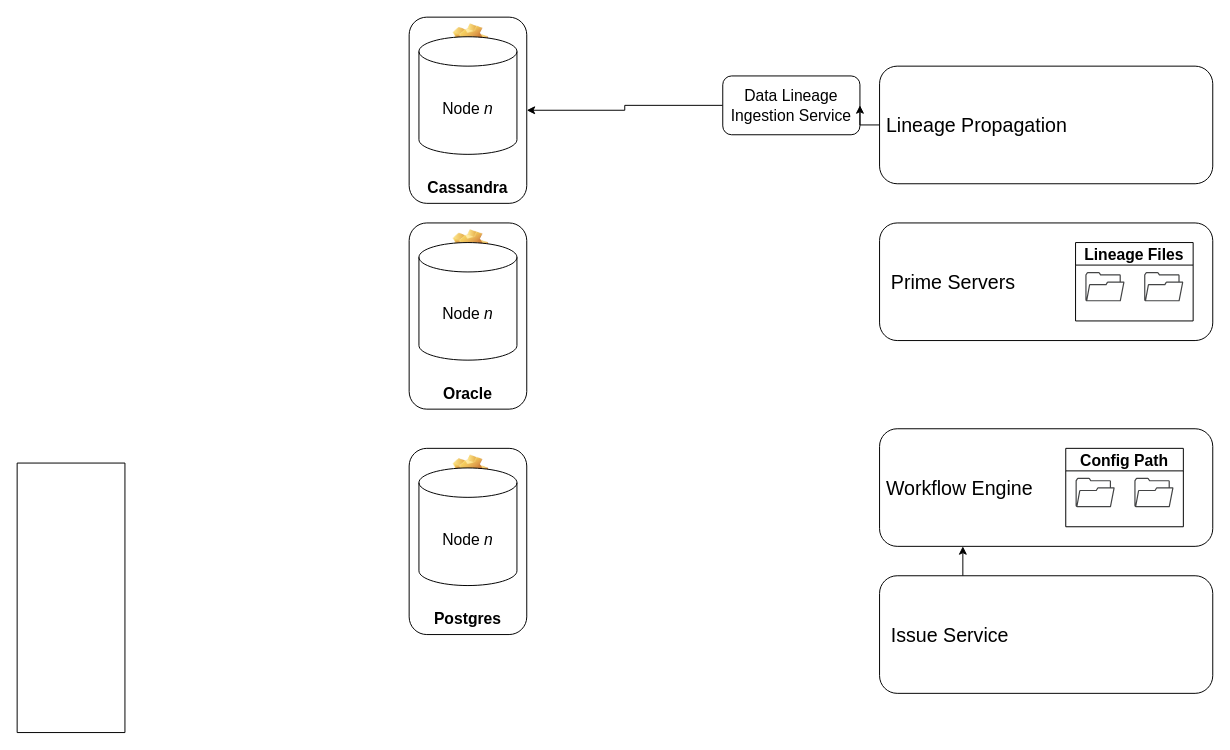
neodarkstar/acx-admin keeps this draw.io diagram as Untitled Diagram.drawio. Above is the earlier version. Source tidied: cells renumbered, new cells numbered last; positions are measured from the earlier drawing's top-left corner, leaving out a move shared by most shapes. Both pictures are drawn from the tidied source at 98%, with x=0, y=0 at pixel (17, 17).
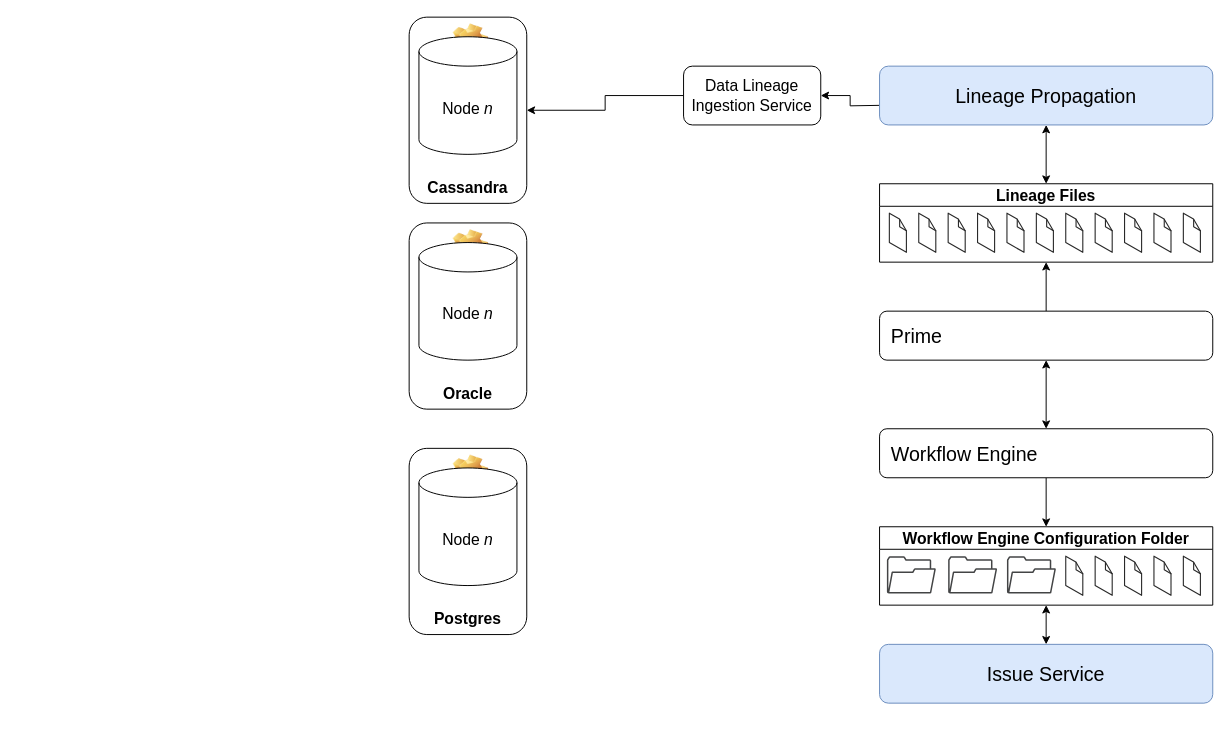
Above is the later version.

The edit, as a diff of the source:
```diff
@@
+    <mxCell id="33" style="edgeStyle=orthogonalEdgeStyle;rounded=0;jettySize=auto;html=1;exitX=0.5;exitY=0;exitDx=0;exitDy=0;entryX=0.5;entryY=1;entryDx=0;entryDy=0;fontSize=20;endArrow=classic;endFill=1;" parent="1" edge="1" source="3" target="24">
+      <mxGeometry relative="1" as="geometry" />
+    </mxCell>
-    <mxCell id="3" style="rounded=1;whiteSpace=wrap;html=1;fontSize=16;" parent="1" vertex="1">
-      <mxGeometry x="880" y="210" width="340" height="120" as="geometry" />
+    <mxCell id="3" value="&lt;font style=&quot;font-size: 20px;&quot;&gt;Prime&lt;/font&gt;" style="rounded=1;whiteSpace=wrap;html=1;fontSize=16;align=left;spacingLeft=10;" parent="1" vertex="1">
+      <mxGeometry x="880" y="300" width="340" height="50" as="geometry" />
     </mxCell>
+    <mxCell id="34" style="edgeStyle=orthogonalEdgeStyle;rounded=0;jettySize=auto;html=1;exitX=0.5;exitY=1;exitDx=0;exitDy=0;entryX=0.5;entryY=0;entryDx=0;entryDy=0;fontSize=20;endArrow=classic;endFill=1;" parent="1" edge="1" source="4" target="49">
+      <mxGeometry relative="1" as="geometry" />
+    </mxCell>
-    <mxCell id="4" style="rounded=1;whiteSpace=wrap;html=1;fontSize=16;" parent="1" vertex="1">
-      <mxGeometry x="880" y="420" width="340" height="120" as="geometry" />
+    <mxCell id="4" value="&lt;font style=&quot;font-size: 20px;&quot;&gt;Workflow Engine&lt;/font&gt;" style="rounded=1;whiteSpace=wrap;html=1;fontSize=16;align=left;spacingLeft=10;" parent="1" vertex="1">
+      <mxGeometry x="880" y="420" width="340" height="50" as="geometry" />
     </mxCell>
-    <mxCell id="5" style="group;" parent="1" vertex="1">
-      <mxGeometry x="1070" y="430" width="130" height="120" as="geometry" />
-    </mxCell>
-    <mxCell id="6" style="group;" parent="5" vertex="1">
-      <mxGeometry y="10" width="120" height="80" as="geometry" />
-    </mxCell>
-    <mxCell id="7" value="Config Path" style="swimlane;fontSize=16;direction=east;" parent="6" vertex="1">
-      <mxGeometry width="120" height="80" as="geometry" />
-    </mxCell>
-    <mxCell id="8" style="sketch=0;shadow=0;dashed=0;html=1;strokeColor=none;fillColor=#434445;labelPosition=center;verticalLabelPosition=bottom;verticalAlign=top;align=center;shape=mxgraph.vvd.folder;fontSize=16;direction=east;" parent="7" vertex="1">
-      <mxGeometry x="70" y="30" width="40" height="30" as="geometry" />
-    </mxCell>
-    <mxCell id="9" style="sketch=0;shadow=0;dashed=0;html=1;strokeColor=none;fillColor=#434445;labelPosition=center;verticalLabelPosition=bottom;verticalAlign=top;align=center;shape=mxgraph.vvd.folder;fontSize=16;direction=east;" parent="6" vertex="1">
-      <mxGeometry x="10" y="30" width="40" height="30" as="geometry" />
-    </mxCell>
@@
     <mxCell id="11" value="Data Lineage&lt;br&gt;Ingestion Service" style="rounded=1;whiteSpace=wrap;html=1;fontSize=16;" parent="1" vertex="1">
-      <mxGeometry x="720" y="60" width="140" height="60" as="geometry" />
+      <mxGeometry x="680" y="50" width="140" height="60" as="geometry" />
     </mxCell>
-    <mxCell id="12" style="edgeStyle=orthogonalEdgeStyle;rounded=0;jettySize=auto;html=1;entryX=1;entryY=0.5;entryDx=0;entryDy=0;fontSize=16;" parent="1" edge="1" source="13" target="11">
-      <mxGeometry relative="1" as="geometry" />
+    <mxCell id="12" style="edgeStyle=orthogonalEdgeStyle;rounded=0;jettySize=auto;html=1;entryX=1;entryY=0.5;entryDx=0;entryDy=0;fontSize=16;" parent="1" edge="1" target="11">
+      <mxGeometry relative="1" as="geometry">
+        <mxPoint x="880" y="90" as="sourcePoint" />
+      </mxGeometry>
     </mxCell>
-    <mxCell id="13" value="&lt;blockquote style=&quot;margin: 0px 0px 0px 40px; border: none; padding: 0px; font-size: 20px;&quot;&gt;&lt;/blockquote&gt;" style="rounded=1;whiteSpace=wrap;html=1;fontSize=16;align=left;" parent="1" vertex="1">
-      <mxGeometry x="880" y="50" width="340" height="120" as="geometry" />
-    </mxCell>
@@
-    <mxCell id="21" value="&lt;font style=&quot;font-size: 20px;&quot;&gt;Workflow Engine&lt;/font&gt;" style="text;html=1;strokeColor=none;fillColor=none;align=left;verticalAlign=middle;whiteSpace=wrap;rounded=0;fontSize=16;" parent="1" vertex="1">
-      <mxGeometry x="885" y="465" width="190" height="30" as="geometry" />
-    </mxCell>
-    <mxCell id="22" style="group;" parent="1" vertex="1">
-      <mxGeometry x="1080" y="220" width="130" height="120" as="geometry" />
-    </mxCell>
-    <mxCell id="23" style="group;" parent="22" vertex="1">
-      <mxGeometry y="10" width="120" height="80" as="geometry" />
-    </mxCell>
+    <mxCell id="28" value="&lt;span style=&quot;font-size: 20px;&quot;&gt;Lineage Propagation&lt;/span&gt;" style="rounded=1;whiteSpace=wrap;html=1;fontSize=16;align=center;spacingLeft=0;fillColor=#dae8fc;strokeColor=#6c8ebf;" parent="1" vertex="1">
+      <mxGeometry x="880" y="50" width="340" height="60" as="geometry" />
+    </mxCell>
+    <mxCell id="35" style="group;" parent="1" vertex="1">
+      <mxGeometry x="880" y="170" width="340" height="80" as="geometry" />
+    </mxCell>
-    <mxCell id="24" value="Lineage Files" style="swimlane;fontSize=16;direction=east;" parent="23" vertex="1">
-      <mxGeometry width="120" height="80" as="geometry" />
+    <mxCell id="24" value="Lineage Files" style="swimlane;fontSize=16;direction=east;" parent="35" vertex="1">
+      <mxGeometry width="340" height="80" as="geometry" />
     </mxCell>
-    <mxCell id="25" style="sketch=0;shadow=0;dashed=0;html=1;strokeColor=none;fillColor=#434445;labelPosition=center;verticalLabelPosition=bottom;verticalAlign=top;align=center;shape=mxgraph.vvd.folder;fontSize=16;direction=east;" parent="24" vertex="1">
-      <mxGeometry x="70" y="30" width="40" height="30" as="geometry" />
-    </mxCell>
-    <mxCell id="26" style="sketch=0;shadow=0;dashed=0;html=1;strokeColor=none;fillColor=#434445;labelPosition=center;verticalLabelPosition=bottom;verticalAlign=top;align=center;shape=mxgraph.vvd.folder;fontSize=16;direction=east;" parent="23" vertex="1">
-      <mxGeometry x="10" y="30" width="40" height="30" as="geometry" />
-    </mxCell>
-    <mxCell id="27" value="&lt;font style=&quot;font-size: 20px;&quot;&gt;Prime Servers&lt;/font&gt;" style="text;html=1;strokeColor=none;fillColor=none;align=left;verticalAlign=middle;whiteSpace=wrap;rounded=0;fontSize=16;" parent="1" vertex="1">
-      <mxGeometry x="890" y="255" width="190" height="30" as="geometry" />
-    </mxCell>
-    <mxCell id="28" value="&lt;span style=&quot;font-size: 20px;&quot;&gt;Lineage Propagation&lt;/span&gt;" style="text;html=1;strokeColor=none;fillColor=none;align=left;verticalAlign=middle;whiteSpace=wrap;rounded=0;fontSize=16;" parent="1" vertex="1">
-      <mxGeometry x="885" y="95" width="190" height="30" as="geometry" />
-    </mxCell>
-    <mxCell id="29" style="edgeStyle=orthogonalEdgeStyle;rounded=0;jettySize=auto;html=1;exitX=0.25;exitY=0;exitDx=0;exitDy=0;entryX=0.25;entryY=1;entryDx=0;entryDy=0;fontSize=20;endArrow=classic;endFill=1;" parent="1" edge="1" source="30" target="4">
-      <mxGeometry relative="1" as="geometry" />
-    </mxCell>
-    <mxCell id="30" value="&lt;blockquote style=&quot;margin: 0px 0px 0px 40px; border: none; padding: 0px; font-size: 20px;&quot;&gt;&lt;/blockquote&gt;" style="rounded=1;whiteSpace=wrap;html=1;fontSize=16;align=left;" parent="1" vertex="1">
-      <mxGeometry x="880" y="570" width="340" height="120" as="geometry" />
-    </mxCell>
+    <mxCell id="36" style="verticalLabelPosition=bottom;html=1;verticalAlign=top;strokeWidth=1;align=center;dashed=0;shape=mxgraph.aws3d.file;strokeColor=#292929;fontSize=20;" parent="24" vertex="1">
+      <mxGeometry x="130" y="30" width="17.4" height="40" as="geometry" />
+    </mxCell>
+    <mxCell id="37" style="verticalLabelPosition=bottom;html=1;verticalAlign=top;strokeWidth=1;align=center;dashed=0;shape=mxgraph.aws3d.file;strokeColor=#292929;fontSize=20;" parent="24" vertex="1">
+      <mxGeometry x="280" y="30" width="17.4" height="40" as="geometry" />
+    </mxCell>
+    <mxCell id="38" style="verticalLabelPosition=bottom;html=1;verticalAlign=top;strokeWidth=1;align=center;dashed=0;shape=mxgraph.aws3d.file;strokeColor=#292929;fontSize=20;" parent="24" vertex="1">
+      <mxGeometry x="160" y="30" width="17.4" height="40" as="geometry" />
+    </mxCell>
+    <mxCell id="39" style="verticalLabelPosition=bottom;html=1;verticalAlign=top;strokeWidth=1;align=center;dashed=0;shape=mxgraph.aws3d.file;strokeColor=#292929;fontSize=20;" parent="24" vertex="1">
+      <mxGeometry x="190" y="30" width="17.4" height="40" as="geometry" />
+    </mxCell>
+    <mxCell id="40" style="verticalLabelPosition=bottom;html=1;verticalAlign=top;strokeWidth=1;align=center;dashed=0;shape=mxgraph.aws3d.file;strokeColor=#292929;fontSize=20;" parent="24" vertex="1">
+      <mxGeometry x="220" y="30" width="17.4" height="40" as="geometry" />
+    </mxCell>
+    <mxCell id="41" style="verticalLabelPosition=bottom;html=1;verticalAlign=top;strokeWidth=1;align=center;dashed=0;shape=mxgraph.aws3d.file;strokeColor=#292929;fontSize=20;" parent="24" vertex="1">
+      <mxGeometry x="250" y="30" width="17.4" height="40" as="geometry" />
+    </mxCell>
+    <mxCell id="42" style="verticalLabelPosition=bottom;html=1;verticalAlign=top;strokeWidth=1;align=center;dashed=0;shape=mxgraph.aws3d.file;strokeColor=#292929;fontSize=20;" parent="24" vertex="1">
+      <mxGeometry x="310" y="30" width="17.4" height="40" as="geometry" />
+    </mxCell>
+    <mxCell id="43" style="verticalLabelPosition=bottom;html=1;verticalAlign=top;strokeWidth=1;align=center;dashed=0;shape=mxgraph.aws3d.file;strokeColor=#292929;fontSize=20;" parent="35" vertex="1">
+      <mxGeometry x="10" y="30" width="17.4" height="40" as="geometry" />
+    </mxCell>
+    <mxCell id="44" style="verticalLabelPosition=bottom;html=1;verticalAlign=top;strokeWidth=1;align=center;dashed=0;shape=mxgraph.aws3d.file;strokeColor=#292929;fontSize=20;" parent="35" vertex="1">
+      <mxGeometry x="40" y="30" width="17.4" height="40" as="geometry" />
+    </mxCell>
+    <mxCell id="45" style="verticalLabelPosition=bottom;html=1;verticalAlign=top;strokeWidth=1;align=center;dashed=0;shape=mxgraph.aws3d.file;strokeColor=#292929;fontSize=20;" parent="35" vertex="1">
+      <mxGeometry x="70" y="30" width="17.4" height="40" as="geometry" />
+    </mxCell>
+    <mxCell id="46" style="verticalLabelPosition=bottom;html=1;verticalAlign=top;strokeWidth=1;align=center;dashed=0;shape=mxgraph.aws3d.file;strokeColor=#292929;fontSize=20;" parent="35" vertex="1">
+      <mxGeometry x="100" y="30" width="17.4" height="40" as="geometry" />
+    </mxCell>
+    <mxCell id="47" style="endArrow=classic;startArrow=classic;html=1;rounded=0;fontSize=20;entryX=0.5;entryY=1;entryDx=0;entryDy=0;edgeStyle=orthogonalEdgeStyle;" parent="1" edge="1" source="24" target="28">
+      <mxGeometry relative="1" as="geometry" />
+    </mxCell>
+    <mxCell id="48" style="group;" parent="1" vertex="1">
+      <mxGeometry x="880" y="520" width="340" height="80" as="geometry" />
+    </mxCell>
+    <mxCell id="49" value="Workflow Engine Configuration Folder" style="swimlane;fontSize=16;direction=east;startSize=23;" parent="48" vertex="1">
+      <mxGeometry width="340" height="80" as="geometry" />
+    </mxCell>
+    <mxCell id="50" style="sketch=0;shadow=0;dashed=0;html=1;strokeColor=none;fillColor=#434445;labelPosition=center;verticalLabelPosition=bottom;verticalAlign=top;align=center;shape=mxgraph.vvd.folder;fontSize=20;" parent="49" vertex="1">
+      <mxGeometry x="7.5" y="30" width="50" height="38" as="geometry" />
+    </mxCell>
+    <mxCell id="51" style="sketch=0;shadow=0;dashed=0;html=1;strokeColor=none;fillColor=#434445;labelPosition=center;verticalLabelPosition=bottom;verticalAlign=top;align=center;shape=mxgraph.vvd.folder;fontSize=20;" parent="49" vertex="1">
+      <mxGeometry x="130" y="30" width="50" height="38" as="geometry" />
+    </mxCell>
+    <mxCell id="52" style="sketch=0;shadow=0;dashed=0;html=1;strokeColor=none;fillColor=#434445;labelPosition=center;verticalLabelPosition=bottom;verticalAlign=top;align=center;shape=mxgraph.vvd.folder;fontSize=20;" parent="49" vertex="1">
+      <mxGeometry x="70" y="30" width="50" height="38" as="geometry" />
+    </mxCell>
+    <mxCell id="53" style="verticalLabelPosition=bottom;html=1;verticalAlign=top;strokeWidth=1;align=center;dashed=0;shape=mxgraph.aws3d.file;strokeColor=#292929;fontSize=20;" parent="48" vertex="1">
+      <mxGeometry x="280" y="30" width="17.4" height="40" as="geometry" />
+    </mxCell>
+    <mxCell id="54" style="verticalLabelPosition=bottom;html=1;verticalAlign=top;strokeWidth=1;align=center;dashed=0;shape=mxgraph.aws3d.file;strokeColor=#292929;fontSize=20;" parent="48" vertex="1">
+      <mxGeometry x="190" y="30" width="17.4" height="40" as="geometry" />
+    </mxCell>
+    <mxCell id="55" style="verticalLabelPosition=bottom;html=1;verticalAlign=top;strokeWidth=1;align=center;dashed=0;shape=mxgraph.aws3d.file;strokeColor=#292929;fontSize=20;" parent="48" vertex="1">
+      <mxGeometry x="220" y="30" width="17.4" height="40" as="geometry" />
+    </mxCell>
+    <mxCell id="56" style="verticalLabelPosition=bottom;html=1;verticalAlign=top;strokeWidth=1;align=center;dashed=0;shape=mxgraph.aws3d.file;strokeColor=#292929;fontSize=20;" parent="48" vertex="1">
+      <mxGeometry x="250" y="30" width="17.4" height="40" as="geometry" />
+    </mxCell>
+    <mxCell id="57" style="verticalLabelPosition=bottom;html=1;verticalAlign=top;strokeWidth=1;align=center;dashed=0;shape=mxgraph.aws3d.file;strokeColor=#292929;fontSize=20;" parent="48" vertex="1">
+      <mxGeometry x="310" y="30" width="17.4" height="40" as="geometry" />
+    </mxCell>
-    <mxCell id="31" value="&lt;span style=&quot;font-size: 20px;&quot;&gt;Issue Service&lt;/span&gt;" style="text;html=1;strokeColor=none;fillColor=none;align=left;verticalAlign=middle;whiteSpace=wrap;rounded=0;fontSize=16;" parent="1" vertex="1">
-      <mxGeometry x="890" y="615" width="190" height="30" as="geometry" />
+    <mxCell id="31" value="&lt;span style=&quot;font-size: 20px;&quot;&gt;Issue Service&lt;/span&gt;" style="rounded=1;whiteSpace=wrap;html=1;fontSize=16;align=center;spacingLeft=0;fillColor=#dae8fc;strokeColor=#6c8ebf;" parent="1" vertex="1">
+      <mxGeometry x="880" y="640" width="340" height="60" as="geometry" />
     </mxCell>
-    <mxCell id="32" style="verticalLabelPosition=bottom;verticalAlign=top;html=1;shape=mxgraph.basic.rect;fillColor2=none;strokeWidth=1;size=20;indent=5;fontSize=20;" parent="1" vertex="1">
-      <mxGeometry y="455" width="110" height="275" as="geometry" />
-    </mxCell>
+    <mxCell id="58" style="endArrow=classic;startArrow=classic;html=1;rounded=0;fontSize=20;entryX=0.5;entryY=1;entryDx=0;entryDy=0;" parent="1" edge="1" source="31" target="49">
+      <mxGeometry relative="1" as="geometry" />
+    </mxCell>
+    <mxCell id="59" style="endArrow=classic;startArrow=classic;html=1;rounded=0;fontSize=20;entryX=0.5;entryY=1;entryDx=0;entryDy=0;exitX=0.5;exitY=0;exitDx=0;exitDy=0;" parent="1" edge="1" source="4" target="3">
+      <mxGeometry relative="1" as="geometry" />
+    </mxCell>
```
